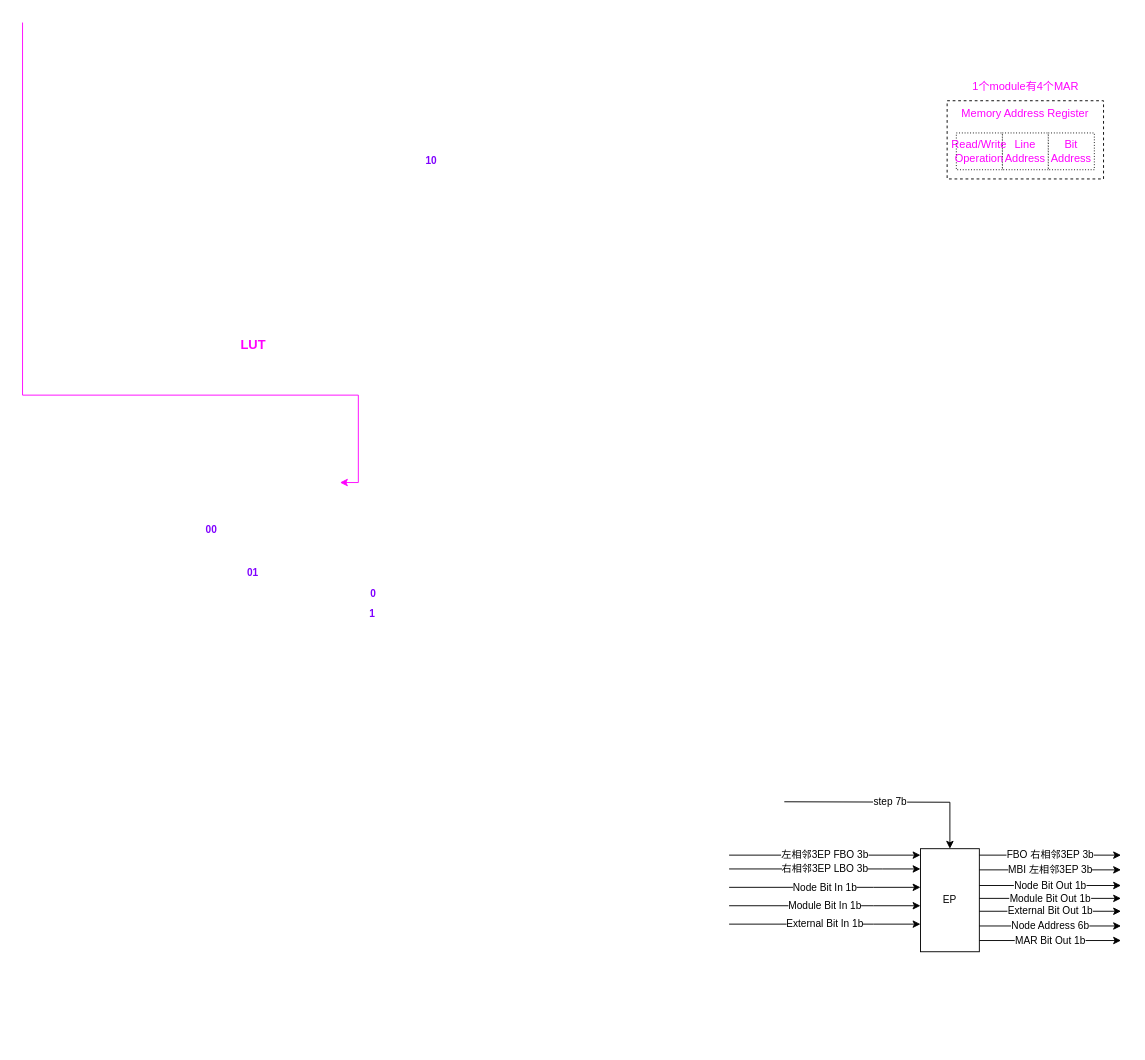
Above: verilator_digrams/Emulator_02.drawio in Dercury/CLDK (draw.io), before the change. Source tidied: cells renumbered, new cells numbered last; positions are measured from the earlier drawing's top-left corner, leaving out a move shared by most shapes. Both pictures are drawn from the tidied source at 92%, with x=0, y=0 at pixel (22, 22).
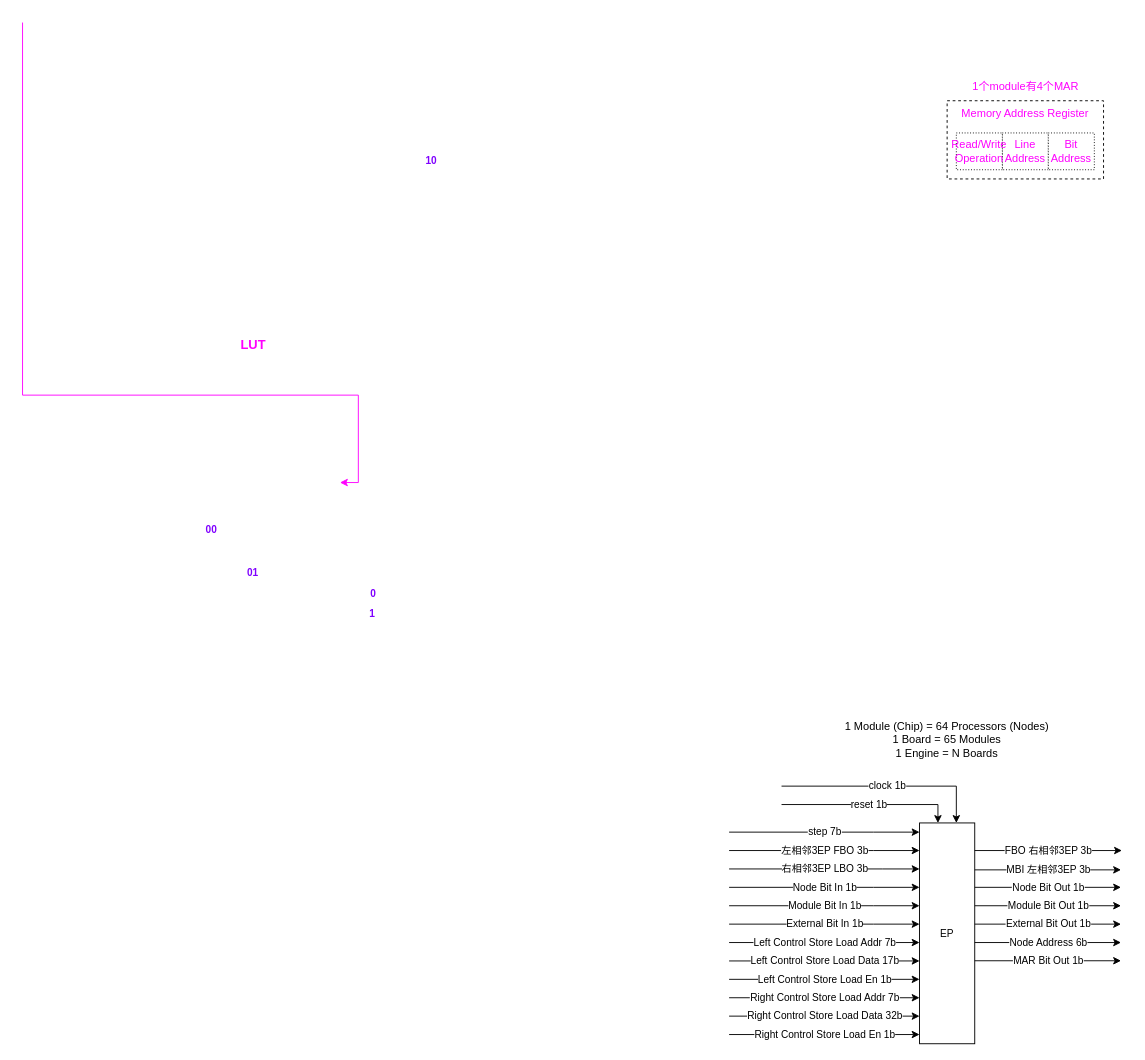
The same diagram, later.

What changed in the source:
```diff
@@
-    <mxCell id="14" value="step 7b" style="endArrow=classic;html=1;rounded=0;strokeColor=#000000;strokeWidth=1;fontSize=11;fontColor=#000000;edgeStyle=orthogonalEdgeStyle;" parent="1" edge="1" target="15">
-      <mxGeometry relative="1" as="geometry">
-        <mxPoint x="828" y="847" as="sourcePoint" />
-      </mxGeometry>
-    </mxCell>
+    <mxCell id="28" value="1 Module (Chip) = 64 Processors (Nodes)&lt;br&gt;1 Board = 65 Modules&lt;br&gt;1 Engine = N Boards" style="text;html=1;strokeColor=none;fillColor=none;align=center;verticalAlign=middle;whiteSpace=wrap;rounded=0;" parent="1" vertex="1">
+      <mxGeometry x="870" y="750" width="270" height="60" as="geometry" />
+    </mxCell>
+    <mxCell id="29" value="reset 1b" style="endArrow=classic;html=1;rounded=0;strokeColor=#000000;strokeWidth=1;fontSize=11;fontColor=#000000;edgeStyle=orthogonalEdgeStyle;" parent="1" edge="1" target="15">
+      <mxGeometry relative="1" as="geometry">
+        <mxPoint x="825" y="850" as="sourcePoint" />
+        <Array as="points">
+          <mxPoint x="995" y="850" />
+        </Array>
+      </mxGeometry>
+    </mxCell>
     <mxCell id="15" value="EP" style="rounded=0;whiteSpace=wrap;html=1;strokeColor=#000000;fontSize=11;fontColor=#000000;fillColor=none;" parent="1" vertex="1">
-      <mxGeometry x="976" y="898" width="64" height="112" as="geometry" />
+      <mxGeometry x="975" y="870" width="60" height="240" as="geometry" />
     </mxCell>
     <mxCell id="16" value="左相邻3EP FBO 3b" style="endArrow=classic;html=1;rounded=0;strokeColor=#000000;strokeWidth=1;fontSize=11;fontColor=#000000;edgeStyle=orthogonalEdgeStyle;" parent="1" edge="1" target="15">
       <mxGeometry relative="1" as="geometry">
-        <mxPoint x="768" y="905" as="sourcePoint" />
+        <mxPoint x="768" y="900" as="sourcePoint" />
         <Array as="points">
-          <mxPoint x="768" y="905" />
+          <mxPoint x="925" y="900" />
+          <mxPoint x="925" y="900" />
         </Array>
       </mxGeometry>
     </mxCell>
     <mxCell id="17" value="Node Bit Out 1b" style="endArrow=classic;html=1;rounded=0;strokeColor=#000000;strokeWidth=1;fontSize=11;fontColor=#000000;edgeStyle=orthogonalEdgeStyle;" parent="1" edge="1" source="15">
       <mxGeometry relative="1" as="geometry">
-        <mxPoint x="1194" y="938" as="targetPoint" />
+        <mxPoint x="1194" y="940" as="targetPoint" />
         <Array as="points">
-          <mxPoint x="1193" y="938" />
+          <mxPoint x="1075" y="940" />
+          <mxPoint x="1075" y="940" />
         </Array>
       </mxGeometry>
     </mxCell>
     <mxCell id="18" value="FBO 右相邻3EP 3b" style="endArrow=classic;html=1;rounded=0;strokeColor=#000000;strokeWidth=1;fontSize=11;fontColor=#000000;edgeStyle=orthogonalEdgeStyle;" parent="1" edge="1" source="15">
       <mxGeometry relative="1" as="geometry">
-        <mxPoint x="1194" y="905" as="targetPoint" />
+        <mxPoint x="1195" y="900" as="targetPoint" />
         <Array as="points">
-          <mxPoint x="1075" y="905" />
-          <mxPoint x="1075" y="905" />
+          <mxPoint x="1135" y="900" />
+          <mxPoint x="1135" y="900" />
         </Array>
       </mxGeometry>
     </mxCell>
     <mxCell id="19" value="Module Bit Out 1b" style="endArrow=classic;html=1;rounded=0;strokeColor=#000000;strokeWidth=1;fontSize=11;fontColor=#000000;edgeStyle=orthogonalEdgeStyle;" parent="1" edge="1" source="15">
       <mxGeometry relative="1" as="geometry">
-        <mxPoint x="1194" y="952" as="targetPoint" />
+        <mxPoint x="1194" y="960" as="targetPoint" />
         <Array as="points">
-          <mxPoint x="1076" y="952" />
-          <mxPoint x="1076" y="952" />
+          <mxPoint x="1075" y="960" />
+          <mxPoint x="1075" y="960" />
         </Array>
       </mxGeometry>
     </mxCell>
     <mxCell id="20" value="External Bit Out 1b" style="endArrow=classic;html=1;rounded=0;strokeColor=#000000;strokeWidth=1;fontSize=11;fontColor=#000000;edgeStyle=orthogonalEdgeStyle;" parent="1" edge="1" source="15">
       <mxGeometry relative="1" as="geometry">
-        <mxPoint x="1194" y="966" as="targetPoint" />
+        <mxPoint x="1194" y="980" as="targetPoint" />
         <Array as="points">
-          <mxPoint x="1075" y="966" />
-          <mxPoint x="1075" y="966" />
+          <mxPoint x="1075" y="980" />
+          <mxPoint x="1075" y="980" />
         </Array>
       </mxGeometry>
     </mxCell>
@@
     <mxCell id="22" value="Node Address 6b" style="endArrow=classic;html=1;rounded=0;strokeColor=#000000;strokeWidth=1;fontSize=11;fontColor=#000000;edgeStyle=orthogonalEdgeStyle;" parent="1" edge="1" source="15">
       <mxGeometry relative="1" as="geometry">
-        <mxPoint x="1194" y="982" as="targetPoint" />
+        <mxPoint x="1194" y="1000" as="targetPoint" />
         <Array as="points">
-          <mxPoint x="1125" y="982" />
-          <mxPoint x="1125" y="982" />
+          <mxPoint x="1075" y="1000" />
+          <mxPoint x="1075" y="1000" />
         </Array>
       </mxGeometry>
     </mxCell>
     <mxCell id="23" value="MAR Bit Out 1b" style="endArrow=classic;html=1;rounded=0;strokeColor=#000000;strokeWidth=1;fontSize=11;fontColor=#000000;edgeStyle=orthogonalEdgeStyle;" parent="1" edge="1" source="15">
       <mxGeometry relative="1" as="geometry">
-        <mxPoint x="1194" y="997.8" as="targetPoint" />
+        <mxPoint x="1194" y="1019.8" as="targetPoint" />
         <Array as="points">
-          <mxPoint x="1117" y="998" />
+          <mxPoint x="1115" y="1020" />
         </Array>
       </mxGeometry>
     </mxCell>
@@
+    <mxCell id="30" value="Left Control Store Load Addr 7b" style="endArrow=classic;html=1;rounded=0;strokeColor=#000000;strokeWidth=1;fontSize=11;fontColor=#000000;edgeStyle=orthogonalEdgeStyle;" parent="1" edge="1" target="15">
+      <mxGeometry relative="1" as="geometry">
+        <mxPoint x="768" y="1000" as="sourcePoint" />
+        <Array as="points">
+          <mxPoint x="935" y="1000" />
+          <mxPoint x="935" y="1000" />
+        </Array>
+      </mxGeometry>
+    </mxCell>
+    <mxCell id="31" value="Right Control Store Load Addr 7b" style="endArrow=classic;html=1;rounded=0;strokeColor=#000000;strokeWidth=1;fontSize=11;fontColor=#000000;edgeStyle=orthogonalEdgeStyle;" parent="1" edge="1" target="15">
+      <mxGeometry relative="1" as="geometry">
+        <mxPoint x="768" y="1060" as="sourcePoint" />
+        <Array as="points">
+          <mxPoint x="915" y="1060" />
+          <mxPoint x="915" y="1060" />
+        </Array>
+      </mxGeometry>
+    </mxCell>
+    <mxCell id="32" value="Left Control Store Load Data 17b" style="endArrow=classic;html=1;rounded=0;strokeColor=#000000;strokeWidth=1;fontSize=11;fontColor=#000000;edgeStyle=orthogonalEdgeStyle;" parent="1" edge="1" target="15">
+      <mxGeometry relative="1" as="geometry">
+        <mxPoint x="768" y="1020" as="sourcePoint" />
+        <Array as="points">
+          <mxPoint x="915" y="1020" />
+          <mxPoint x="915" y="1020" />
+        </Array>
+      </mxGeometry>
+    </mxCell>
+    <mxCell id="33" value="Right Control Store Load Data 32b" style="endArrow=classic;html=1;rounded=0;strokeColor=#000000;strokeWidth=1;fontSize=11;fontColor=#000000;edgeStyle=orthogonalEdgeStyle;" parent="1" edge="1" target="15">
+      <mxGeometry relative="1" as="geometry">
+        <mxPoint x="768" y="1080" as="sourcePoint" />
+        <Array as="points">
+          <mxPoint x="925" y="1080" />
+          <mxPoint x="925" y="1080" />
+        </Array>
+      </mxGeometry>
+    </mxCell>
+    <mxCell id="34" value="Left Control Store Load En 1b" style="endArrow=classic;html=1;rounded=0;strokeColor=#000000;strokeWidth=1;fontSize=11;fontColor=#000000;edgeStyle=orthogonalEdgeStyle;" parent="1" edge="1" target="15">
+      <mxGeometry relative="1" as="geometry">
+        <mxPoint x="768" y="1040" as="sourcePoint" />
+        <Array as="points">
+          <mxPoint x="925" y="1040" />
+          <mxPoint x="925" y="1040" />
+        </Array>
+      </mxGeometry>
+    </mxCell>
+    <mxCell id="35" value="Right Control Store Load En 1b" style="endArrow=classic;html=1;rounded=0;strokeColor=#000000;strokeWidth=1;fontSize=11;fontColor=#000000;edgeStyle=orthogonalEdgeStyle;" parent="1" edge="1" target="15">
+      <mxGeometry relative="1" as="geometry">
+        <mxPoint x="768" y="1100" as="sourcePoint" />
+        <Array as="points">
+          <mxPoint x="925" y="1100" />
+          <mxPoint x="925" y="1100" />
+        </Array>
+      </mxGeometry>
+    </mxCell>
+    <mxCell id="14" value="step 7b" style="endArrow=classic;html=1;rounded=0;strokeColor=#000000;strokeWidth=1;fontSize=11;fontColor=#000000;edgeStyle=orthogonalEdgeStyle;" parent="1" edge="1" target="15">
+      <mxGeometry relative="1" as="geometry">
+        <mxPoint x="768" y="880" as="sourcePoint" />
+        <Array as="points">
+          <mxPoint x="925" y="880" />
+          <mxPoint x="925" y="880" />
+        </Array>
+      </mxGeometry>
+    </mxCell>
+    <mxCell id="36" value="clock 1b" style="endArrow=classic;html=1;rounded=0;strokeColor=#000000;strokeWidth=1;fontSize=11;fontColor=#000000;edgeStyle=orthogonalEdgeStyle;" parent="1" edge="1" target="15">
+      <mxGeometry relative="1" as="geometry">
+        <mxPoint x="825" y="830" as="sourcePoint" />
+        <Array as="points">
+          <mxPoint x="1015" y="830" />
+        </Array>
+      </mxGeometry>
+    </mxCell>
```
